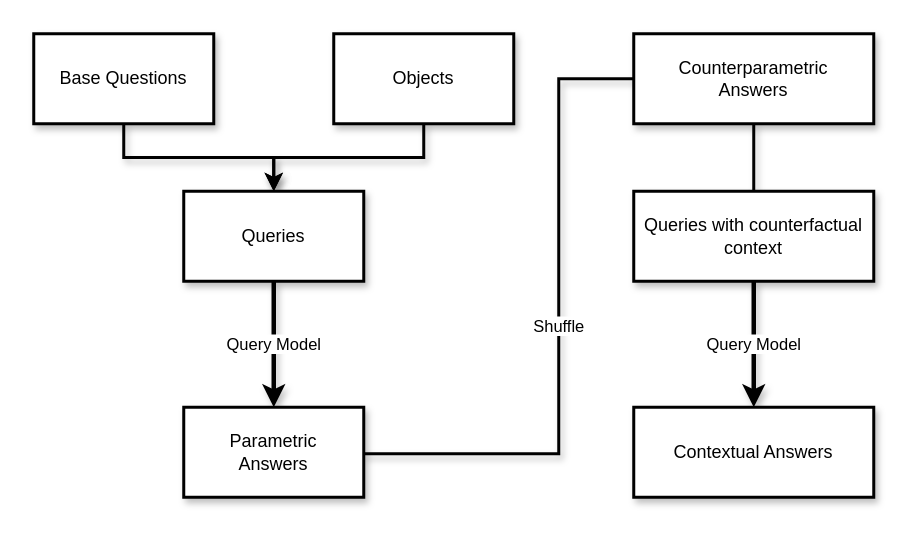
Before: Report/pictures/Method.drawio in mfixman/rag-thesis, a draw.io diagram. Source tidied: cells renumbered, new cells numbered last; positions are measured from the earlier drawing's top-left corner, leaving out a move shared by most shapes. Both pictures are drawn from the tidied source at 150%, with x=0, y=0 at pixel (33, 33).
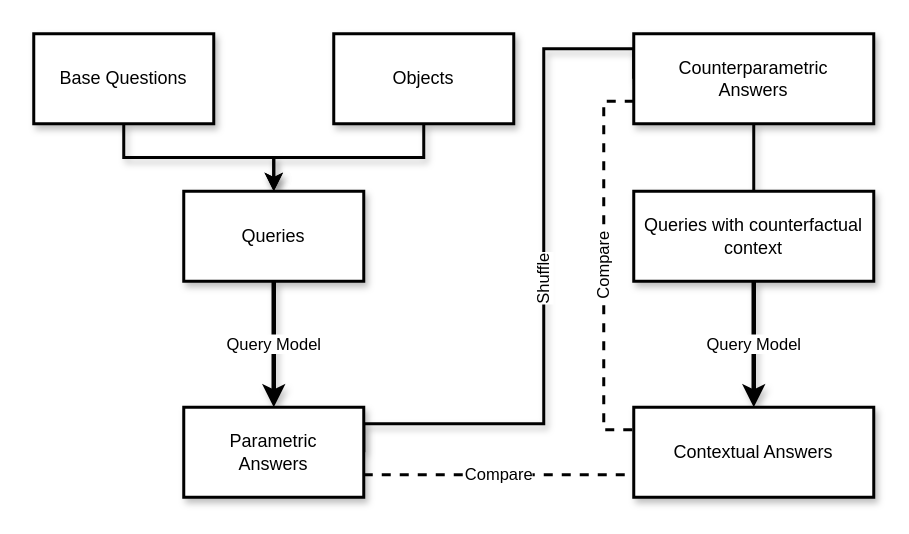
The same page after the edit.

Change to the diagram source:
```diff
@@
 <mxGraphModel>
   <root>
     <mxCell id="0" />
     <mxCell id="1" parent="0" />
     <mxCell id="2" style="edgeStyle=orthogonalEdgeStyle;rounded=0;jettySize=auto;html=1;exitX=0.5;exitY=1;exitDx=0;exitDy=0;entryX=0.5;entryY=0;entryDx=0;entryDy=0;endArrow=classic;endFill=1;strokeWidth=2;shadow=1;" parent="1" edge="1" source="3" target="7">
       <mxGeometry relative="1" as="geometry" />
     </mxCell>
     <mxCell id="3" value="Base Questions" style="rounded=0;whiteSpace=wrap;html=1;strokeWidth=2;shadow=1;" parent="1" vertex="1">
       <mxGeometry width="120" height="60" as="geometry" />
     </mxCell>
     <mxCell id="4" style="edgeStyle=orthogonalEdgeStyle;rounded=0;jettySize=auto;html=1;exitX=0.5;exitY=1;exitDx=0;exitDy=0;entryX=0.5;entryY=0;entryDx=0;entryDy=0;endArrow=classic;endFill=1;strokeWidth=2;shadow=1;" parent="1" edge="1" source="5" target="7">
       <mxGeometry relative="1" as="geometry" />
     </mxCell>
     <mxCell id="5" value="&lt;div&gt;Objects&lt;/div&gt;" style="rounded=0;whiteSpace=wrap;html=1;strokeWidth=2;shadow=1;" parent="1" vertex="1">
       <mxGeometry x="200" width="120" height="60" as="geometry" />
     </mxCell>
     <mxCell id="6" value="&lt;div align=&quot;right&quot;&gt;Query Model&lt;br&gt;&lt;/div&gt;" style="edgeStyle=orthogonalEdgeStyle;rounded=0;jettySize=auto;html=1;exitX=0.5;exitY=1;exitDx=0;exitDy=0;entryX=0.5;entryY=0;entryDx=0;entryDy=0;strokeWidth=3;shadow=1;" parent="1" edge="1" source="7" target="9">
       <mxGeometry relative="1" as="geometry" />
     </mxCell>
     <mxCell id="7" value="&lt;div&gt;Queries&lt;/div&gt;" style="rounded=0;whiteSpace=wrap;html=1;strokeWidth=2;shadow=1;" parent="1" vertex="1">
       <mxGeometry x="100" y="105" width="120" height="60" as="geometry" />
     </mxCell>
-    <mxCell id="8" value="Shuffle" style="edgeStyle=orthogonalEdgeStyle;rounded=0;jettySize=auto;html=1;exitX=1;exitY=0.5;exitDx=0;exitDy=0;entryX=0;entryY=0.5;entryDx=0;entryDy=0;endArrow=none;endFill=0;strokeWidth=2;shadow=1;" parent="1" edge="1" source="9" target="11">
+    <mxCell id="8" value="Shuffle" style="edgeStyle=orthogonalEdgeStyle;rounded=0;jettySize=auto;html=1;exitX=1;exitY=0.5;exitDx=0;exitDy=0;entryX=0;entryY=0.5;entryDx=0;entryDy=0;endArrow=none;endFill=0;strokeWidth=2;shadow=1;horizontal=0;" parent="1" edge="1" source="9" target="11">
       <mxGeometry relative="1" as="geometry">
         <Array as="points">
-          <mxPoint x="220" y="280" />
-          <mxPoint x="350" y="280" />
-          <mxPoint x="350" y="30" />
+          <mxPoint x="220" y="260" />
+          <mxPoint x="340" y="260" />
+          <mxPoint x="340" y="10" />
+          <mxPoint x="400" y="10" />
         </Array>
       </mxGeometry>
     </mxCell>
+    <mxCell id="15" value="&lt;div&gt;Compare&lt;/div&gt;" style="edgeStyle=orthogonalEdgeStyle;rounded=0;jettySize=auto;html=1;exitX=1;exitY=0.75;exitDx=0;exitDy=0;entryX=0;entryY=0.75;entryDx=0;entryDy=0;strokeWidth=2;dashed=1;endArrow=none;endFill=0;" parent="1" edge="1" source="9" target="14">
+      <mxGeometry relative="1" as="geometry" />
+    </mxCell>
     <mxCell id="9" value="Parametric&lt;br&gt;Answers" style="rounded=0;whiteSpace=wrap;html=1;strokeWidth=2;shadow=1;" parent="1" vertex="1">
       <mxGeometry x="100" y="249" width="120" height="60" as="geometry" />
     </mxCell>
     <mxCell id="10" style="edgeStyle=orthogonalEdgeStyle;rounded=0;jettySize=auto;html=1;exitX=0.5;exitY=1;exitDx=0;exitDy=0;endArrow=none;endFill=0;strokeWidth=2;shadow=1;" parent="1" edge="1" source="11" target="13">
       <mxGeometry relative="1" as="geometry" />
     </mxCell>
+    <mxCell id="16" value="Compare" style="edgeStyle=orthogonalEdgeStyle;rounded=0;jettySize=auto;html=1;exitX=0;exitY=0.75;exitDx=0;exitDy=0;entryX=0;entryY=0.25;entryDx=0;entryDy=0;strokeWidth=2;endArrow=none;endFill=0;dashed=1;horizontal=0;" parent="1" edge="1" source="11" target="14">
+      <mxGeometry relative="1" as="geometry" />
+    </mxCell>
     <mxCell id="11" value="&lt;div&gt;Counterparametric&lt;/div&gt;&lt;div&gt;Answers&lt;br&gt;&lt;/div&gt;" style="rounded=0;whiteSpace=wrap;html=1;strokeWidth=2;shadow=1;" parent="1" vertex="1">
       <mxGeometry x="400" width="160" height="60" as="geometry" />
     </mxCell>
     <mxCell id="12" value="Query Model" style="edgeStyle=orthogonalEdgeStyle;rounded=0;jettySize=auto;html=1;exitX=0.5;exitY=1;exitDx=0;exitDy=0;entryX=0.5;entryY=0;entryDx=0;entryDy=0;strokeWidth=3;shadow=1;" parent="1" edge="1" source="13" target="14">
       <mxGeometry relative="1" as="geometry" />
     </mxCell>
     <mxCell id="13" value="Queries with counterfactual context" style="rounded=0;whiteSpace=wrap;html=1;strokeWidth=2;shadow=1;" parent="1" vertex="1">
       <mxGeometry x="400" y="105" width="160" height="60" as="geometry" />
     </mxCell>
     <mxCell id="14" value="Contextual Answers" style="rounded=0;whiteSpace=wrap;html=1;strokeWidth=2;shadow=1;" parent="1" vertex="1">
       <mxGeometry x="400" y="249" width="160" height="60" as="geometry" />
     </mxCell>
   </root>
 </mxGraphModel>
```
